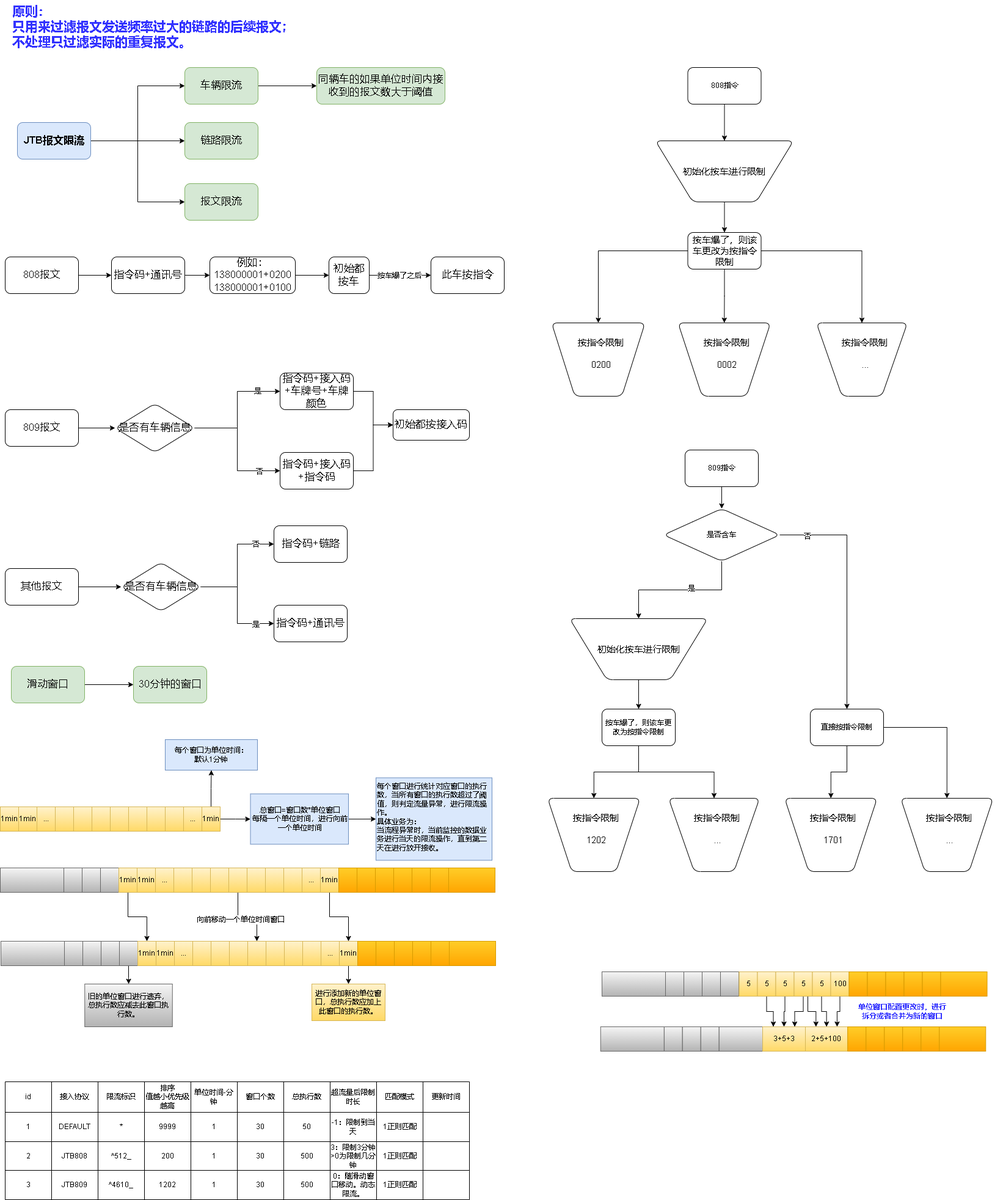
Before: jtb报文限流.drawio.png, a diagram exported from draw.io (xktder/draw). Source tidied: cells renumbered, new cells last; positions are measured from the earlier drawing's top-left corner, leaving out a move shared by most shapes.
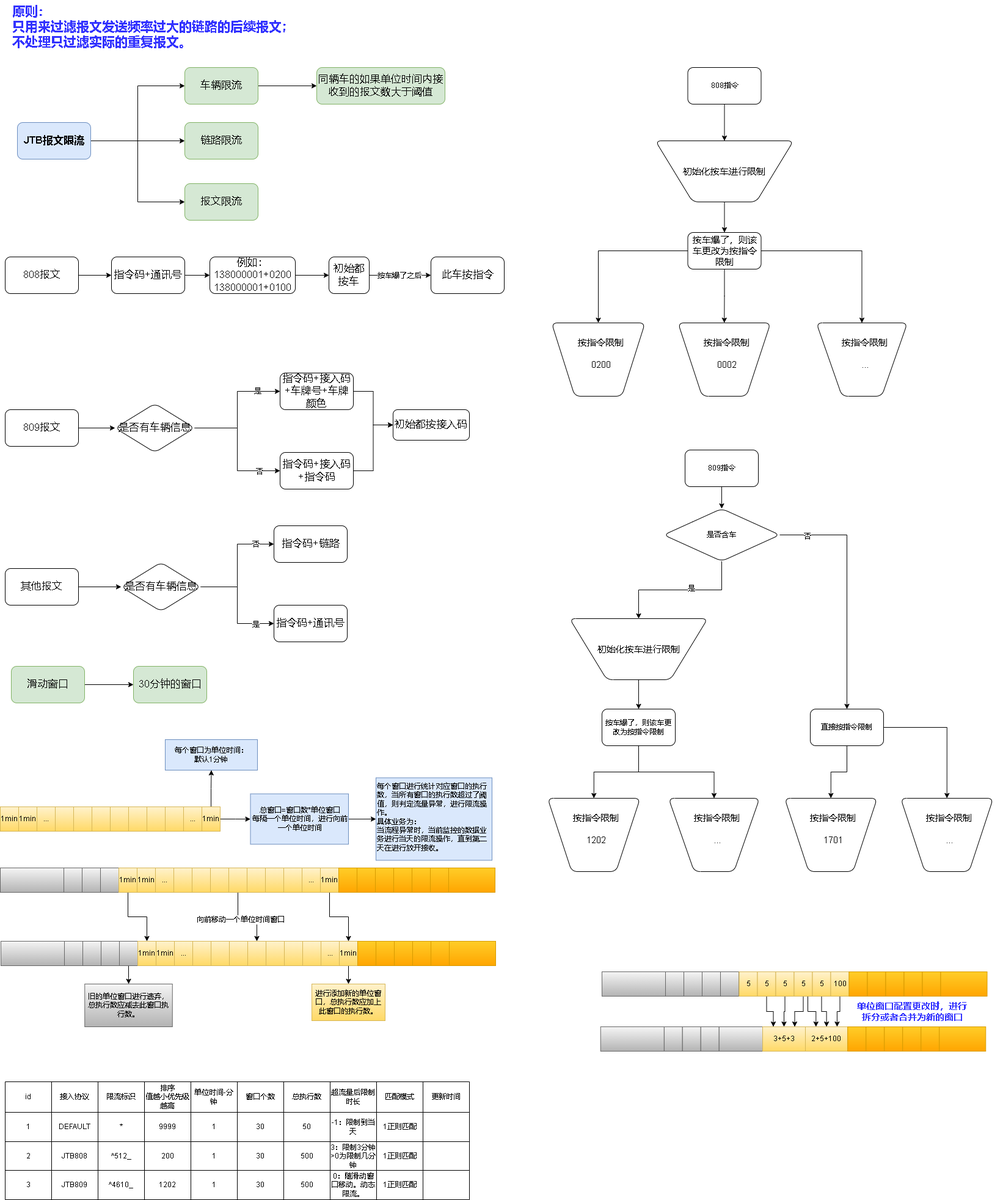
The same diagram one commit later.

Commit message:
更新jtb报文限流.drawio.png

Change to the diagram source:
```diff
@@ -773,8 +773,8 @@
     <mxCell id="249" style="rounded=0;whiteSpace=wrap;html=1;fontSize=12;fillColor=#ffcd28;gradientColor=#ffa500;strokeColor=#d79b00;" parent="1" vertex="1">
       <mxGeometry x="1537.2" y="1680" width="76" height="40" as="geometry" />
     </mxCell>
-    <mxCell id="250" value="&lt;b&gt;&lt;font color=&quot;#3333ff&quot;&gt;单位窗口配置更改时，进行拆分或者合并为新的窗口&lt;/font&gt;&lt;/b&gt;" style="text;html=1;strokeColor=none;fillColor=none;align=center;verticalAlign=middle;whiteSpace=wrap;rounded=0;" parent="1" vertex="1">
-      <mxGeometry x="1398" y="1640" width="157" height="30" as="geometry" />
+    <mxCell id="250" value="&lt;b&gt;&lt;font style=&quot;font-size: 15px;&quot; color=&quot;#3333ff&quot;&gt;单位窗口配置更改时，进行拆分或者合并为新的窗口&lt;/font&gt;&lt;/b&gt;" style="text;html=1;strokeColor=none;fillColor=none;align=center;verticalAlign=middle;whiteSpace=wrap;rounded=0;" parent="1" vertex="1">
+      <mxGeometry x="1398" y="1640" width="190" height="30" as="geometry" />
     </mxCell>
   </root>
 </mxGraphModel>
```
